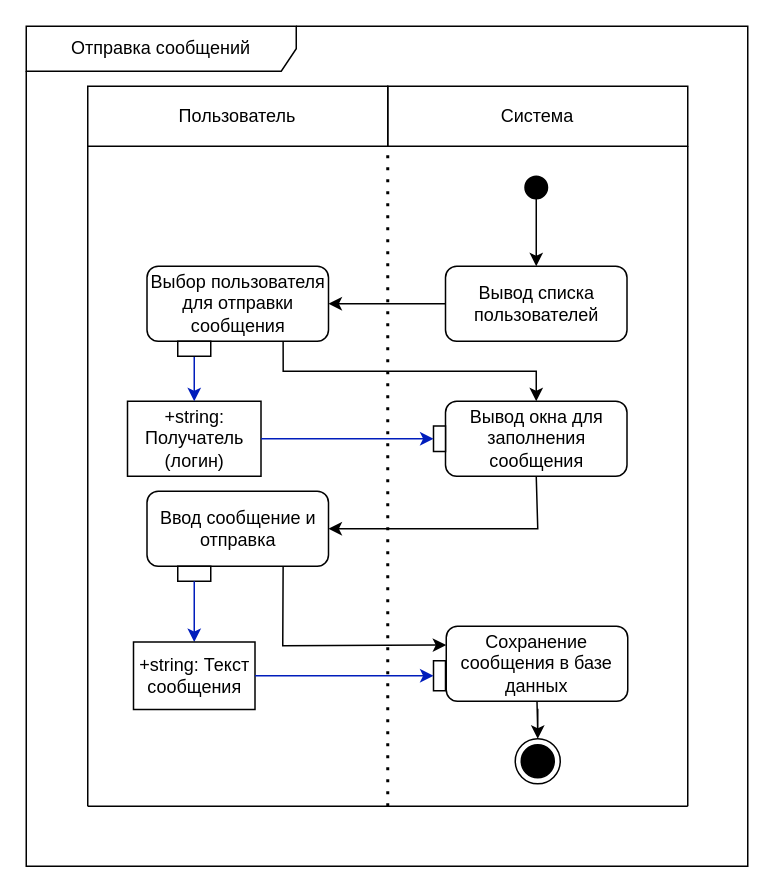
Above: docs/raw_diagrams/отправка сообщения++.drawio in AS2/habrolink (draw.io), before the change. Source tidied: cells renumbered, new cells numbered last; positions are measured from the earlier drawing's top-left corner, leaving out a move shared by most shapes. Both pictures are drawn from the tidied source at 150%, with x=0, y=0 at pixel (26, 26).
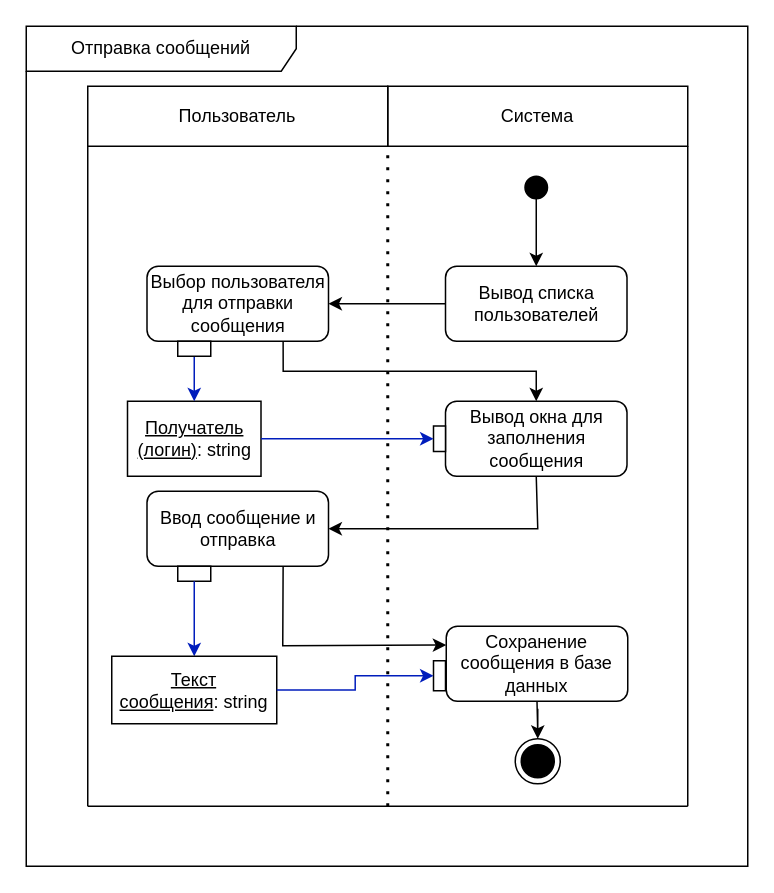
The same diagram, later.

Diff of the diagram source:
```diff
@@
-    <mxCell id="25" value="+string: Текст сообщения" style="rounded=0;whiteSpace=wrap;html=1;" parent="1" vertex="1">
-      <mxGeometry x="71.5" y="410.5" width="81" height="45" as="geometry" />
+    <mxCell id="25" value="&lt;u&gt;Текст сообщения&lt;/u&gt;:&amp;nbsp;string" style="rounded=0;whiteSpace=wrap;html=1;" parent="1" vertex="1">
+      <mxGeometry x="57" y="420" width="110" height="45" as="geometry" />
     </mxCell>
@@
-    <mxCell id="27" value="+string: Получатель (логин)" style="rounded=0;whiteSpace=wrap;html=1;" parent="1" vertex="1">
+    <mxCell id="27" value="&lt;u&gt;Получатель (логин)&lt;/u&gt;:&amp;nbsp;string" style="rounded=0;whiteSpace=wrap;html=1;" parent="1" vertex="1">
       <mxGeometry x="67.5" y="250" width="89" height="50" as="geometry" />
     </mxCell>
```
